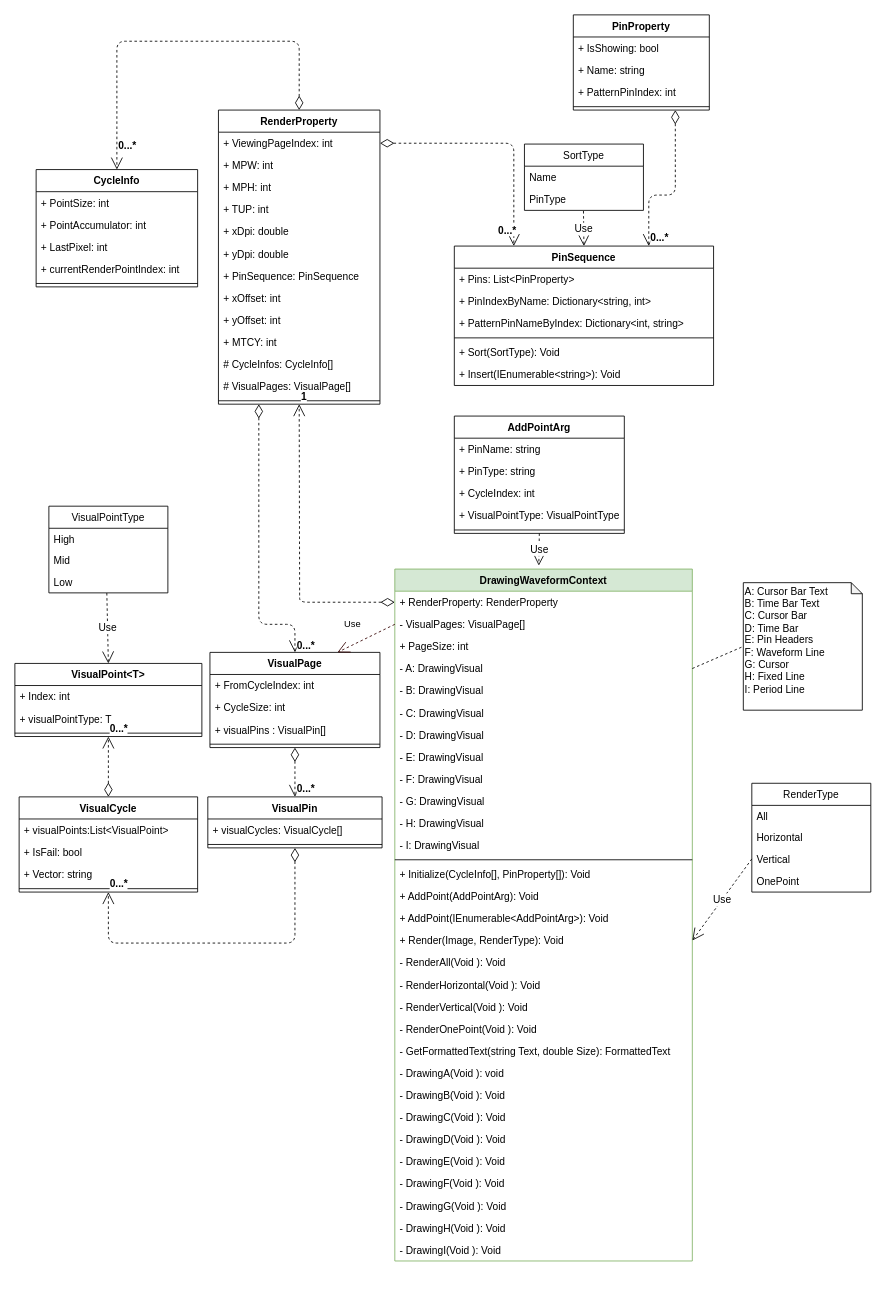
Earlier version of the draw.io diagram page "WF Class Diagram" (3 of 7) of SG9KG5/Waveform.drawio (Jasson-Chou/Software-Projects). Source tidied: cells renumbered, new cells numbered last; positions are measured from the earlier drawing's top-left corner, leaving out a move shared by most shapes. Both pictures are drawn from the tidied source at 85%, with x=0, y=0 at pixel (-22, 14).
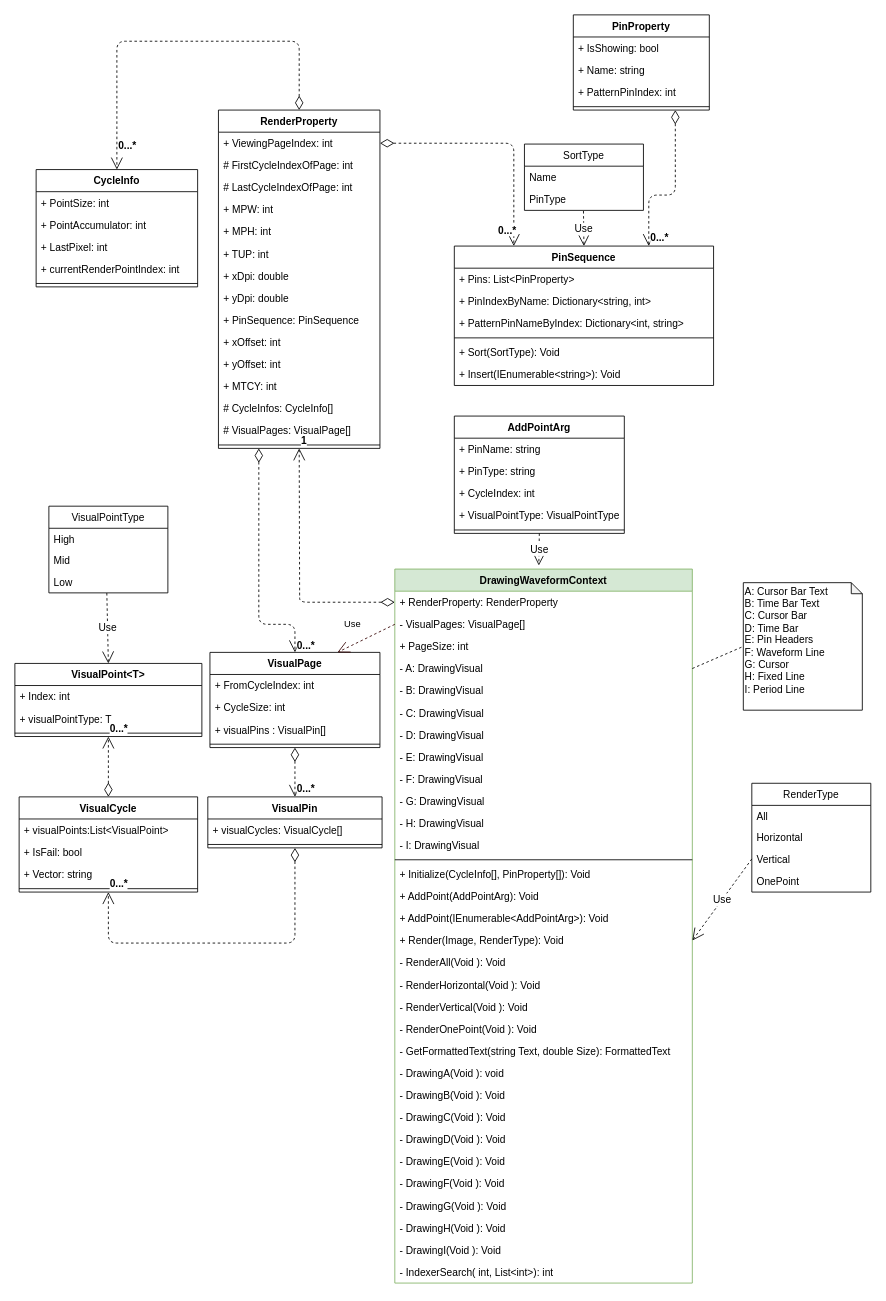
The same diagram, later.

What changed in the source:
```diff
@@
     <mxCell id="2" value="DrawingWaveformContext" style="swimlane;fontStyle=1;align=center;verticalAlign=top;horizontal=1;startSize=26;fillColor=#d5e8d4;strokeColor=#82b366;" parent="1" vertex="1">
-      <mxGeometry x="490" y="652" width="350" height="814" as="geometry" />
+      <mxGeometry x="490" y="652" width="350" height="840" as="geometry" />
     </mxCell>
@@
+    <mxCell id="116" value="- IndexerSearch( int, List&lt;int&gt;): int" style="text;strokeColor=none;fillColor=none;align=left;verticalAlign=top;spacingLeft=4;spacingRight=4;overflow=hidden;" parent="2" vertex="1">
+      <mxGeometry y="814" width="350" height="26" as="geometry" />
+    </mxCell>
@@
     <mxCell id="57" value="RenderProperty" style="swimlane;fontStyle=1;align=center;verticalAlign=top;horizontal=1;startSize=26;" parent="1" vertex="1">
-      <mxGeometry x="282.5" y="112" width="190" height="346" as="geometry" />
+      <mxGeometry x="282.5" y="112" width="190" height="398" as="geometry" />
     </mxCell>
@@
+    <mxCell id="117" value="# FirstCycleIndexOfPage: int" style="text;strokeColor=none;fillColor=none;align=left;verticalAlign=top;spacingLeft=4;spacingRight=4;overflow=hidden;" parent="57" vertex="1">
+      <mxGeometry y="52" width="190" height="26" as="geometry" />
+    </mxCell>
+    <mxCell id="118" value="# LastCycleIndexOfPage: int" style="text;strokeColor=none;fillColor=none;align=left;verticalAlign=top;spacingLeft=4;spacingRight=4;overflow=hidden;" parent="57" vertex="1">
+      <mxGeometry y="78" width="190" height="26" as="geometry" />
+    </mxCell>
     <mxCell id="59" value="+ MPW: int" style="text;strokeColor=none;fillColor=none;align=left;verticalAlign=top;spacingLeft=4;spacingRight=4;overflow=hidden;" parent="57" vertex="1">
-      <mxGeometry y="52" width="190" height="26" as="geometry" />
+      <mxGeometry y="104" width="190" height="26" as="geometry" />
     </mxCell>
     <mxCell id="60" value="+ MPH: int" style="text;strokeColor=none;fillColor=none;align=left;verticalAlign=top;spacingLeft=4;spacingRight=4;overflow=hidden;" parent="57" vertex="1">
-      <mxGeometry y="78" width="190" height="26" as="geometry" />
+      <mxGeometry y="130" width="190" height="26" as="geometry" />
     </mxCell>
     <mxCell id="61" value="+ TUP: int" style="text;strokeColor=none;fillColor=none;align=left;verticalAlign=top;spacingLeft=4;spacingRight=4;overflow=hidden;" parent="57" vertex="1">
-      <mxGeometry y="104" width="190" height="26" as="geometry" />
+      <mxGeometry y="156" width="190" height="26" as="geometry" />
     </mxCell>
     <mxCell id="62" value="+ xDpi: double" style="text;strokeColor=none;fillColor=none;align=left;verticalAlign=top;spacingLeft=4;spacingRight=4;overflow=hidden;" parent="57" vertex="1">
-      <mxGeometry y="130" width="190" height="26" as="geometry" />
+      <mxGeometry y="182" width="190" height="26" as="geometry" />
     </mxCell>
     <mxCell id="63" value="+ yDpi: double" style="text;strokeColor=none;fillColor=none;align=left;verticalAlign=top;spacingLeft=4;spacingRight=4;overflow=hidden;" parent="57" vertex="1">
-      <mxGeometry y="156" width="190" height="26" as="geometry" />
+      <mxGeometry y="208" width="190" height="26" as="geometry" />
     </mxCell>
     <mxCell id="64" value="+ PinSequence: PinSequence" style="text;strokeColor=none;fillColor=none;align=left;verticalAlign=top;spacingLeft=4;spacingRight=4;overflow=hidden;" parent="57" vertex="1">
-      <mxGeometry y="182" width="190" height="26" as="geometry" />
+      <mxGeometry y="234" width="190" height="26" as="geometry" />
     </mxCell>
     <mxCell id="65" value="+ xOffset: int" style="text;strokeColor=none;fillColor=none;align=left;verticalAlign=top;spacingLeft=4;spacingRight=4;overflow=hidden;" parent="57" vertex="1">
-      <mxGeometry y="208" width="190" height="26" as="geometry" />
+      <mxGeometry y="260" width="190" height="26" as="geometry" />
     </mxCell>
     <mxCell id="66" value="+ yOffset: int" style="text;strokeColor=none;fillColor=none;align=left;verticalAlign=top;spacingLeft=4;spacingRight=4;overflow=hidden;" parent="57" vertex="1">
-      <mxGeometry y="234" width="190" height="26" as="geometry" />
+      <mxGeometry y="286" width="190" height="26" as="geometry" />
     </mxCell>
     <mxCell id="67" value="+ MTCY: int" style="text;strokeColor=none;fillColor=none;align=left;verticalAlign=top;spacingLeft=4;spacingRight=4;overflow=hidden;" parent="57" vertex="1">
-      <mxGeometry y="260" width="190" height="26" as="geometry" />
+      <mxGeometry y="312" width="190" height="26" as="geometry" />
     </mxCell>
     <mxCell id="68" value="# CycleInfos: CycleInfo[]" style="text;strokeColor=none;fillColor=none;align=left;verticalAlign=top;spacingLeft=4;spacingRight=4;overflow=hidden;fontSize=12;" parent="57" vertex="1">
-      <mxGeometry y="286" width="190" height="26" as="geometry" />
+      <mxGeometry y="338" width="190" height="26" as="geometry" />
     </mxCell>
     <mxCell id="69" value="# VisualPages: VisualPage[]" style="text;strokeColor=none;fillColor=none;align=left;verticalAlign=top;spacingLeft=4;spacingRight=4;overflow=hidden;" parent="57" vertex="1">
-      <mxGeometry y="312" width="190" height="26" as="geometry" />
+      <mxGeometry y="364" width="190" height="26" as="geometry" />
     </mxCell>
     <mxCell id="70" style="line;strokeWidth=1;fillColor=none;align=left;verticalAlign=middle;spacingTop=-1;spacingLeft=3;spacingRight=3;labelPosition=right;" parent="57" vertex="1">
-      <mxGeometry y="338" width="190" height="8" as="geometry" />
+      <mxGeometry y="390" width="190" height="8" as="geometry" />
     </mxCell>
```
